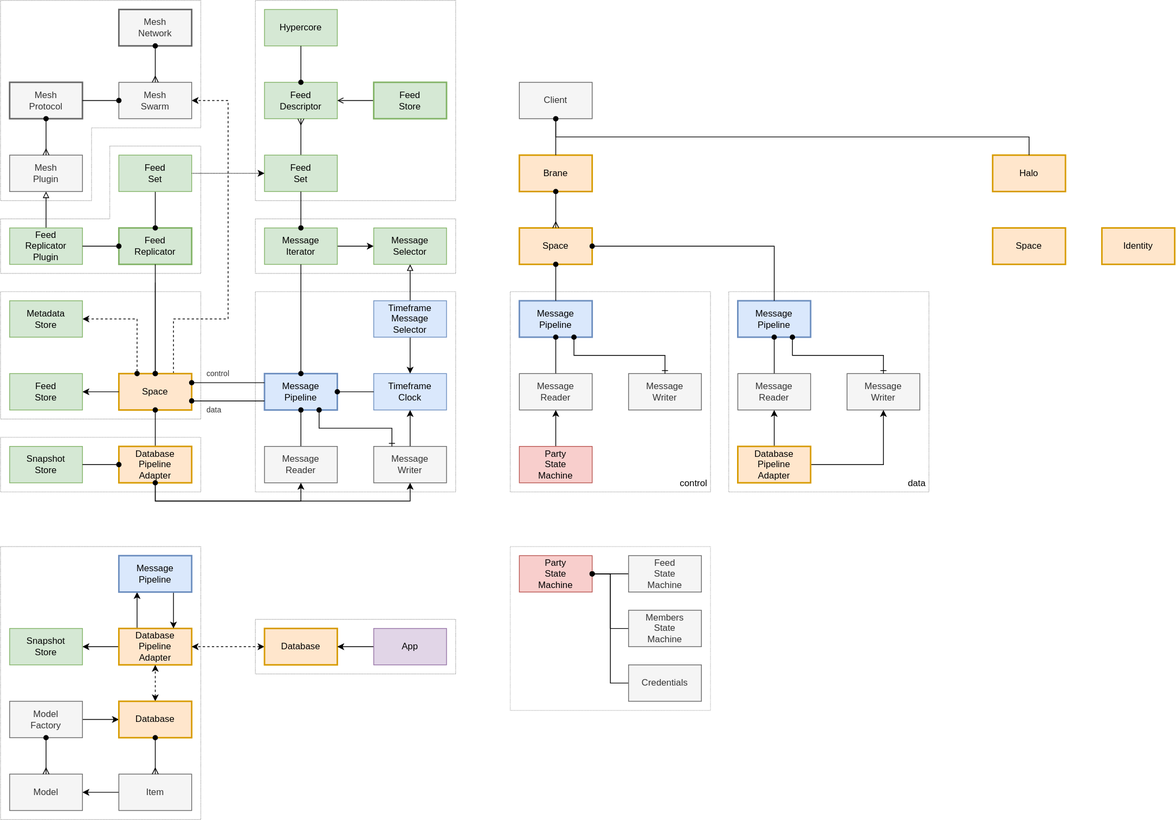
This is docs/design/diagrams/echo-pipeline.drawio.svg from dxos/dxos, a draw.io export, as it was before one commit. Source tidied: cells renumbered, new cells last; positions are measured from the earlier drawing's top-left corner, leaving out a move shared by most shapes.
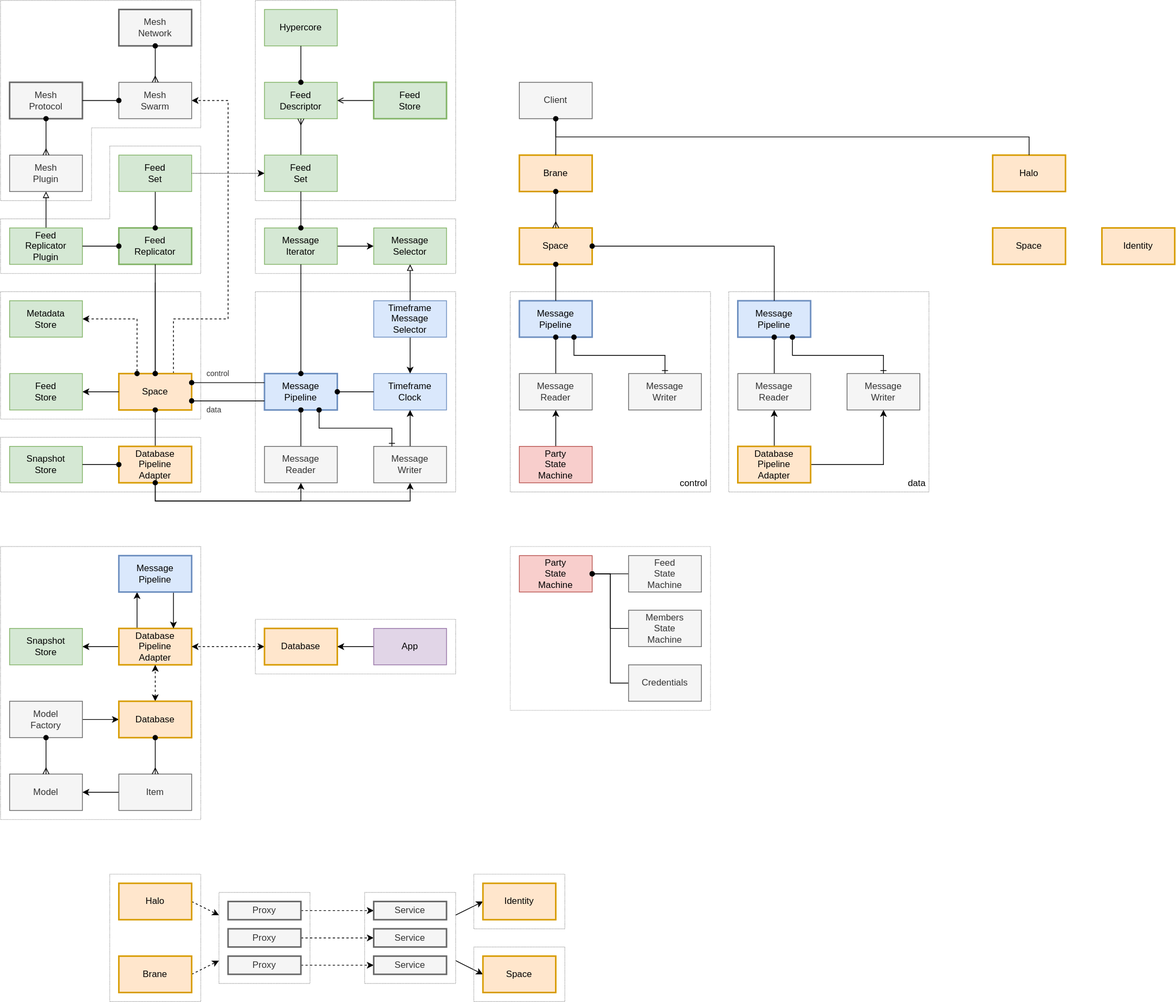
After the change.

The edit, as a diff of the source:
```diff
@@ -2,6 +2,27 @@
   <root>
     <mxCell id="0" />
     <mxCell id="1" parent="0" />
+    <mxCell id="121" style="rounded=0;whiteSpace=wrap;html=1;fillColor=none;dashed=1;strokeColor=#999999;dashPattern=1 1;" parent="1" vertex="1">
+      <mxGeometry x="288" y="1176" width="120" height="120" as="geometry" />
+    </mxCell>
+    <mxCell id="122" style="edgeStyle=none;shape=connector;rounded=0;html=1;exitX=1;exitY=0.25;exitDx=0;exitDy=0;entryX=0;entryY=0.5;entryDx=0;entryDy=0;labelBackgroundColor=default;fontFamily=Helvetica;fontSize=11;fontColor=default;startArrow=none;startFill=0;endArrow=classic;endFill=1;strokeColor=default;" parent="1" edge="1" source="124" target="132">
+      <mxGeometry relative="1" as="geometry" />
+    </mxCell>
+    <mxCell id="123" style="edgeStyle=none;shape=connector;rounded=0;html=1;exitX=1;exitY=0.75;exitDx=0;exitDy=0;entryX=0;entryY=0.5;entryDx=0;entryDy=0;labelBackgroundColor=default;fontFamily=Helvetica;fontSize=11;fontColor=default;startArrow=none;startFill=0;endArrow=classic;endFill=1;strokeColor=default;" parent="1" edge="1" source="124" target="135">
+      <mxGeometry relative="1" as="geometry" />
+    </mxCell>
+    <mxCell id="124" style="rounded=0;whiteSpace=wrap;html=1;fillColor=none;dashed=1;strokeColor=#999999;dashPattern=1 1;" parent="1" vertex="1">
+      <mxGeometry x="480" y="1176" width="120" height="120" as="geometry" />
+    </mxCell>
+    <mxCell id="125" style="rounded=0;whiteSpace=wrap;html=1;fillColor=none;dashed=1;strokeColor=#999999;dashPattern=1 1;" parent="1" vertex="1">
+      <mxGeometry x="624" y="1248" width="120" height="72" as="geometry" />
+    </mxCell>
+    <mxCell id="126" style="rounded=0;whiteSpace=wrap;html=1;fillColor=none;dashed=1;strokeColor=#999999;dashPattern=1 1;" parent="1" vertex="1">
+      <mxGeometry x="624" y="1152" width="120" height="72" as="geometry" />
+    </mxCell>
+    <mxCell id="127" style="rounded=0;whiteSpace=wrap;html=1;fillColor=none;dashed=1;strokeColor=#999999;dashPattern=1 1;" parent="1" vertex="1">
+      <mxGeometry x="144" y="1152" width="120" height="168" as="geometry" />
+    </mxCell>
     <mxCell id="2" style="rounded=0;whiteSpace=wrap;html=1;fillColor=none;dashed=1;strokeColor=#999999;dashPattern=1 1;" parent="1" vertex="1">
       <mxGeometry x="336" y="816" width="264" height="72" as="geometry" />
     </mxCell>
@@ -419,5 +440,50 @@
     <mxCell id="120" style="edgeStyle=none;html=1;exitX=0.5;exitY=1;exitDx=0;exitDy=0;endArrow=none;endFill=0;startArrow=oval;startFill=1;" parent="1" edge="1" source="119" target="94">
       <mxGeometry relative="1" as="geometry" />
     </mxCell>
+    <mxCell id="128" style="edgeStyle=none;shape=connector;rounded=0;html=1;exitX=1;exitY=0.5;exitDx=0;exitDy=0;entryX=0;entryY=0.25;entryDx=0;entryDy=0;dashed=1;labelBackgroundColor=default;fontFamily=Helvetica;fontSize=11;fontColor=default;startArrow=none;startFill=0;endArrow=classic;endFill=1;strokeColor=default;" parent="1" edge="1" source="129" target="121">
+      <mxGeometry relative="1" as="geometry" />
+    </mxCell>
+    <mxCell id="129" value="Halo" style="rounded=0;whiteSpace=wrap;html=1;fillColor=#ffe6cc;strokeColor=#d79b00;strokeWidth=2;" parent="1" vertex="1">
+      <mxGeometry x="156" y="1164" width="96" height="48" as="geometry" />
+    </mxCell>
+    <mxCell id="130" style="edgeStyle=none;shape=connector;rounded=0;html=1;exitX=1;exitY=0.5;exitDx=0;exitDy=0;dashed=1;labelBackgroundColor=default;fontFamily=Helvetica;fontSize=11;fontColor=default;startArrow=none;startFill=0;endArrow=classic;endFill=1;strokeColor=default;" parent="1" edge="1" source="131" target="136">
+      <mxGeometry relative="1" as="geometry" />
+    </mxCell>
+    <mxCell id="131" value="Proxy" style="rounded=0;whiteSpace=wrap;html=1;fillColor=#f5f5f5;strokeColor=#666666;strokeWidth=2;fontColor=#333333;" parent="1" vertex="1">
+      <mxGeometry x="300" y="1188" width="96" height="24" as="geometry" />
+    </mxCell>
+    <mxCell id="132" value="Identity" style="rounded=0;whiteSpace=wrap;html=1;fillColor=#ffe6cc;strokeColor=#d79b00;strokeWidth=2;" parent="1" vertex="1">
+      <mxGeometry x="636" y="1164" width="96" height="48" as="geometry" />
+    </mxCell>
+    <mxCell id="133" style="edgeStyle=none;shape=connector;rounded=0;html=1;exitX=1;exitY=0.5;exitDx=0;exitDy=0;entryX=0;entryY=0.75;entryDx=0;entryDy=0;dashed=1;labelBackgroundColor=default;fontFamily=Helvetica;fontSize=11;fontColor=default;startArrow=none;startFill=0;endArrow=classic;endFill=1;strokeColor=default;" parent="1" edge="1" source="134" target="121">
+      <mxGeometry relative="1" as="geometry" />
+    </mxCell>
+    <mxCell id="134" value="Brane" style="rounded=0;whiteSpace=wrap;html=1;fillColor=#ffe6cc;strokeColor=#d79b00;strokeWidth=2;" parent="1" vertex="1">
+      <mxGeometry x="156" y="1260" width="96" height="48" as="geometry" />
+    </mxCell>
+    <mxCell id="135" value="Space" style="rounded=0;whiteSpace=wrap;html=1;fillColor=#ffe6cc;strokeColor=#d79b00;strokeWidth=2;" parent="1" vertex="1">
+      <mxGeometry x="636" y="1260" width="96" height="48" as="geometry" />
+    </mxCell>
+    <mxCell id="136" value="Service" style="rounded=0;whiteSpace=wrap;html=1;fillColor=#f5f5f5;strokeColor=#666666;strokeWidth=2;fontColor=#333333;" parent="1" vertex="1">
+      <mxGeometry x="492" y="1188" width="96" height="24" as="geometry" />
+    </mxCell>
+    <mxCell id="137" style="edgeStyle=none;shape=connector;rounded=0;html=1;exitX=1;exitY=0.5;exitDx=0;exitDy=0;entryX=0;entryY=0.5;entryDx=0;entryDy=0;dashed=1;labelBackgroundColor=default;fontFamily=Helvetica;fontSize=11;fontColor=default;startArrow=none;startFill=0;endArrow=classic;endFill=1;strokeColor=default;" parent="1" edge="1" source="138" target="141">
+      <mxGeometry relative="1" as="geometry" />
+    </mxCell>
+    <mxCell id="138" value="Proxy" style="rounded=0;whiteSpace=wrap;html=1;fillColor=#f5f5f5;strokeColor=#666666;strokeWidth=2;fontColor=#333333;" parent="1" vertex="1">
+      <mxGeometry x="300" y="1224" width="96" height="24" as="geometry" />
+    </mxCell>
+    <mxCell id="139" style="edgeStyle=none;shape=connector;rounded=0;html=1;exitX=1;exitY=0.5;exitDx=0;exitDy=0;dashed=1;labelBackgroundColor=default;fontFamily=Helvetica;fontSize=11;fontColor=default;startArrow=none;startFill=0;endArrow=classic;endFill=1;strokeColor=default;" parent="1" edge="1" source="140" target="142">
+      <mxGeometry relative="1" as="geometry" />
+    </mxCell>
+    <mxCell id="140" value="Proxy" style="rounded=0;whiteSpace=wrap;html=1;fillColor=#f5f5f5;strokeColor=#666666;strokeWidth=2;fontColor=#333333;" parent="1" vertex="1">
+      <mxGeometry x="300" y="1260" width="96" height="24" as="geometry" />
+    </mxCell>
+    <mxCell id="141" value="Service" style="rounded=0;whiteSpace=wrap;html=1;fillColor=#f5f5f5;strokeColor=#666666;strokeWidth=2;fontColor=#333333;" parent="1" vertex="1">
+      <mxGeometry x="492" y="1224" width="96" height="24" as="geometry" />
+    </mxCell>
+    <mxCell id="142" value="Service" style="rounded=0;whiteSpace=wrap;html=1;fillColor=#f5f5f5;strokeColor=#666666;strokeWidth=2;fontColor=#333333;" parent="1" vertex="1">
+      <mxGeometry x="492" y="1260" width="96" height="24" as="geometry" />
+    </mxCell>
   </root>
 </mxGraphModel>
```
